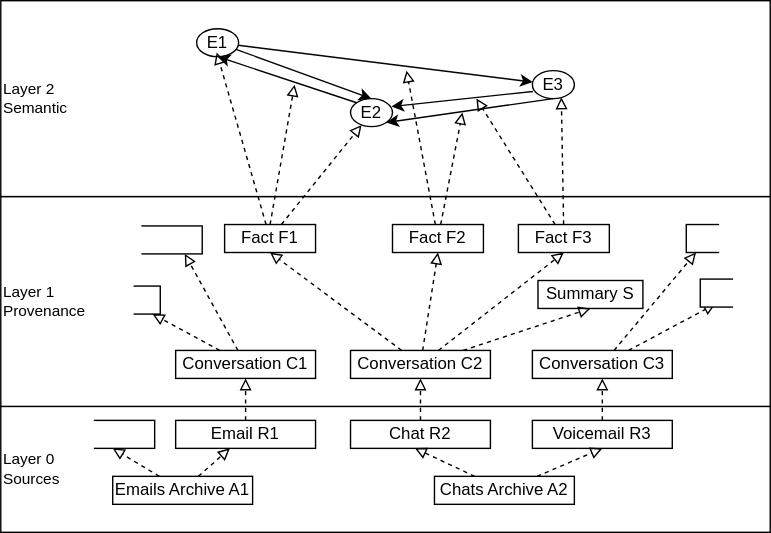
This is papers/01-rankedb/drawio/layers.svg from flocko-motion/atlas, a draw.io export, as it was before one commit. Source tidied: cells renumbered, new cells last; positions are measured from the earlier drawing's top-left corner, leaving out a move shared by most shapes.
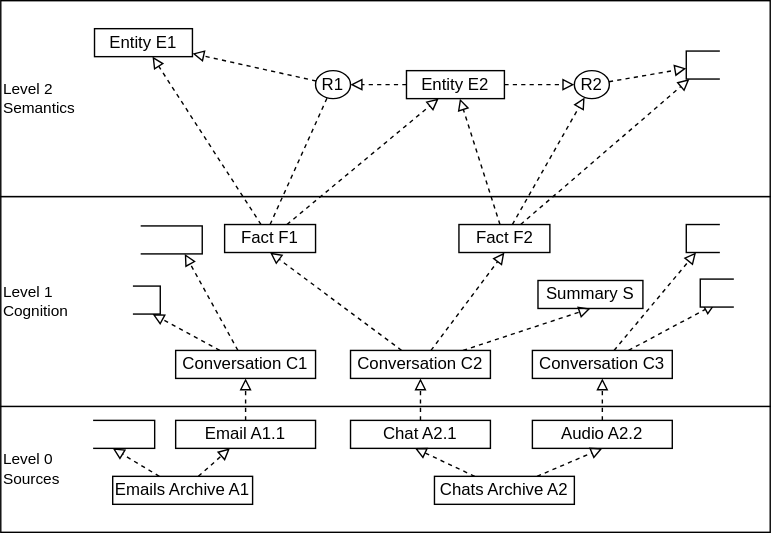
After the commit.

The edit, as a diff of the source:
```diff
@@ -2,77 +2,30 @@
   <root>
     <mxCell id="0" />
     <mxCell id="1" parent="0" />
-    <mxCell id="2" value="&lt;div&gt;Layer 0&lt;/div&gt;&lt;div&gt;Sources&lt;/div&gt;" style="rounded=0;whiteSpace=wrap;html=1;fontFamily=Helvetica;fontSize=11;labelBackgroundColor=default;align=left;" parent="1" vertex="1">
+    <mxCell id="2" value="&lt;div&gt;Level 0&lt;/div&gt;&lt;div&gt;Sources&lt;/div&gt;" style="rounded=0;whiteSpace=wrap;html=1;fontFamily=Helvetica;fontSize=11;labelBackgroundColor=default;align=left;" parent="1" vertex="1">
       <mxGeometry y="290" width="550" height="90" as="geometry" />
     </mxCell>
-    <mxCell id="3" value="&lt;div&gt;Layer 1&lt;/div&gt;&lt;div&gt;Provenance&lt;/div&gt;" style="rounded=0;whiteSpace=wrap;html=1;fontFamily=Helvetica;fontSize=11;labelBackgroundColor=default;align=left;" parent="1" vertex="1">
+    <mxCell id="3" value="&lt;div&gt;Level 1&lt;/div&gt;&lt;div&gt;Cognition&lt;/div&gt;" style="rounded=0;whiteSpace=wrap;html=1;fontFamily=Helvetica;fontSize=11;labelBackgroundColor=default;align=left;" parent="1" vertex="1">
       <mxGeometry y="140" width="550" height="150" as="geometry" />
     </mxCell>
-    <mxCell id="4" value="Layer 2&lt;div&gt;Semantic&amp;nbsp;&lt;/div&gt;" style="rounded=0;whiteSpace=wrap;html=1;fontFamily=Helvetica;fontSize=11;labelBackgroundColor=default;align=left;" parent="1" vertex="1">
+    <mxCell id="4" value="Level 2&lt;div&gt;Semantics&amp;nbsp;&lt;/div&gt;" style="rounded=0;whiteSpace=wrap;html=1;fontFamily=Helvetica;fontSize=11;labelBackgroundColor=default;align=left;" parent="1" vertex="1">
       <mxGeometry width="550" height="140" as="geometry" />
     </mxCell>
-    <mxCell id="5" value="E1" style="ellipse;whiteSpace=wrap;html=1;" parent="1" vertex="1">
-      <mxGeometry x="140" y="20" width="30" height="20" as="geometry" />
-    </mxCell>
-    <mxCell id="6" value="E2" style="ellipse;whiteSpace=wrap;html=1;" parent="1" vertex="1">
-      <mxGeometry x="250" y="70" width="30" height="20" as="geometry" />
-    </mxCell>
-    <mxCell id="7" value="E3" style="ellipse;whiteSpace=wrap;html=1;" parent="1" vertex="1">
-      <mxGeometry x="380" y="50" width="30" height="20" as="geometry" />
-    </mxCell>
-    <mxCell id="8" style="endArrow=classic;html=1;rounded=0;entryX=1;entryY=1;entryDx=0;entryDy=0;exitX=0.5;exitY=1;exitDx=0;exitDy=0;" parent="1" edge="1" source="7" target="6">
-      <mxGeometry relative="1" as="geometry" />
-    </mxCell>
-    <mxCell id="9" style="endArrow=none;html=1;rounded=0;startArrow=classic;startFill=1;endFill=0;" parent="1" edge="1" source="7" target="5">
-      <mxGeometry relative="1" as="geometry" />
-    </mxCell>
-    <mxCell id="10" style="endArrow=classic;html=1;rounded=0;exitX=0.013;exitY=0.744;exitDx=0;exitDy=0;entryX=0.976;entryY=0.284;entryDx=0;entryDy=0;entryPerimeter=0;exitPerimeter=0;" parent="1" edge="1" source="7" target="6">
-      <mxGeometry relative="1" as="geometry" />
-    </mxCell>
-    <mxCell id="11" style="endArrow=classic;html=1;rounded=0;entryX=0.5;entryY=0;entryDx=0;entryDy=0;" parent="1" edge="1" source="5" target="6">
-      <mxGeometry relative="1" as="geometry" />
-    </mxCell>
-    <mxCell id="12" style="endArrow=classic;html=1;rounded=0;entryX=0.5;entryY=1;entryDx=0;entryDy=0;exitX=0;exitY=0;exitDx=0;exitDy=0;" parent="1" edge="1" source="6" target="5">
+    <mxCell id="12" style="endArrow=block;html=1;rounded=0;startArrow=none;dashed=1;endFill=0;" parent="1" edge="1" source="64" target="65">
       <mxGeometry relative="1" as="geometry" />
     </mxCell>
-    <mxCell id="13" style="edgeStyle=none;shape=connector;rounded=0;jettySize=auto;html=1;dashed=1;strokeColor=default;align=center;verticalAlign=middle;fontFamily=Helvetica;fontSize=11;fontColor=default;labelBackgroundColor=default;endArrow=block;endFill=0;" parent="1" edge="1" source="14" target="6">
+    <mxCell id="13" style="edgeStyle=none;shape=connector;rounded=0;jettySize=auto;html=1;dashed=1;strokeColor=default;align=center;verticalAlign=middle;fontFamily=Helvetica;fontSize=11;fontColor=default;labelBackgroundColor=default;endArrow=block;endFill=0;" parent="1" edge="1" source="14" target="66">
       <mxGeometry relative="1" as="geometry" />
     </mxCell>
     <mxCell id="14" value="Fact F1" style="rounded=0;whiteSpace=wrap;html=1;" parent="1" vertex="1">
       <mxGeometry x="160" y="160" width="65" height="20" as="geometry" />
     </mxCell>
-    <mxCell id="15" style="edgeStyle=none;shape=connector;rounded=0;jettySize=auto;html=1;dashed=1;strokeColor=default;align=center;verticalAlign=middle;fontFamily=Helvetica;fontSize=11;fontColor=default;labelBackgroundColor=default;endArrow=block;endFill=0;" parent="1" edge="1" source="17">
-      <mxGeometry relative="1" as="geometry">
-        <mxPoint x="290" y="50" as="targetPoint" />
-      </mxGeometry>
-    </mxCell>
-    <mxCell id="16" style="edgeStyle=none;shape=connector;rounded=0;jettySize=auto;html=1;dashed=1;strokeColor=default;align=center;verticalAlign=middle;fontFamily=Helvetica;fontSize=11;fontColor=default;labelBackgroundColor=default;endArrow=block;endFill=0;" parent="1" edge="1" source="17">
-      <mxGeometry relative="1" as="geometry">
-        <mxPoint x="330" y="80" as="targetPoint" />
-      </mxGeometry>
-    </mxCell>
     <mxCell id="17" value="Fact F2" style="rounded=0;whiteSpace=wrap;html=1;" parent="1" vertex="1">
-      <mxGeometry x="280" y="160" width="65" height="20" as="geometry" />
+      <mxGeometry x="327.5" y="160" width="65" height="20" as="geometry" />
     </mxCell>
-    <mxCell id="18" style="edgeStyle=none;shape=connector;rounded=0;jettySize=auto;html=1;dashed=1;strokeColor=default;align=center;verticalAlign=middle;fontFamily=Helvetica;fontSize=11;fontColor=default;labelBackgroundColor=default;endArrow=block;endFill=0;" parent="1" edge="1" source="19">
-      <mxGeometry relative="1" as="geometry">
-        <mxPoint x="340" y="70" as="targetPoint" />
-      </mxGeometry>
-    </mxCell>
-    <mxCell id="19" value="Fact F3" style="rounded=0;whiteSpace=wrap;html=1;" parent="1" vertex="1">
-      <mxGeometry x="370" y="160" width="65" height="20" as="geometry" />
-    </mxCell>
-    <mxCell id="20" style="endArrow=block;dashed=1;html=1;rounded=0;exitX=0.5;exitY=0;exitDx=0;exitDy=0;endFill=0;" parent="1" edge="1" source="14">
-      <mxGeometry relative="1" as="geometry">
-        <mxPoint x="210" y="60" as="targetPoint" />
-      </mxGeometry>
-    </mxCell>
-    <mxCell id="21" style="edgeStyle=none;shape=connector;rounded=0;jettySize=auto;html=1;entryX=0.478;entryY=0.848;entryDx=0;entryDy=0;entryPerimeter=0;dashed=1;strokeColor=default;align=center;verticalAlign=middle;fontFamily=Helvetica;fontSize=11;fontColor=default;labelBackgroundColor=default;endArrow=block;endFill=0;" parent="1" edge="1" source="14" target="5">
+    <mxCell id="21" style="edgeStyle=none;shape=connector;rounded=0;jettySize=auto;html=1;dashed=1;strokeColor=default;align=center;verticalAlign=middle;fontFamily=Helvetica;fontSize=11;fontColor=default;labelBackgroundColor=default;endArrow=block;endFill=0;" parent="1" edge="1" source="14" target="65">
       <mxGeometry relative="1" as="geometry" />
     </mxCell>
-    <mxCell id="22" style="edgeStyle=none;shape=connector;rounded=0;jettySize=auto;html=1;entryX=0.69;entryY=0.951;entryDx=0;entryDy=0;entryPerimeter=0;dashed=1;strokeColor=default;align=center;verticalAlign=middle;fontFamily=Helvetica;fontSize=11;fontColor=default;labelBackgroundColor=default;endArrow=block;endFill=0;" parent="1" edge="1" source="19" target="7">
-      <mxGeometry relative="1" as="geometry" />
-    </mxCell>
     <mxCell id="23" value="Summary S" style="rounded=0;whiteSpace=wrap;html=1;" parent="1" vertex="1">
       <mxGeometry x="384" y="200" width="75" height="20" as="geometry" />
     </mxCell>
@@ -82,9 +35,6 @@
     <mxCell id="25" style="edgeStyle=none;shape=connector;rounded=0;jettySize=auto;html=1;entryX=0.5;entryY=1;entryDx=0;entryDy=0;dashed=1;strokeColor=default;align=center;verticalAlign=middle;fontFamily=Helvetica;fontSize=11;fontColor=default;labelBackgroundColor=default;endArrow=block;endFill=0;" parent="1" edge="1" source="28" target="17">
       <mxGeometry relative="1" as="geometry" />
     </mxCell>
-    <mxCell id="26" style="edgeStyle=none;shape=connector;rounded=0;jettySize=auto;html=1;entryX=0.5;entryY=1;entryDx=0;entryDy=0;dashed=1;strokeColor=default;align=center;verticalAlign=middle;fontFamily=Helvetica;fontSize=11;fontColor=default;labelBackgroundColor=default;endArrow=block;endFill=0;" parent="1" edge="1" source="28" target="19">
-      <mxGeometry relative="1" as="geometry" />
-    </mxCell>
     <mxCell id="27" style="edgeStyle=none;shape=connector;rounded=0;jettySize=auto;html=1;entryX=0.5;entryY=1;entryDx=0;entryDy=0;dashed=1;strokeColor=default;align=center;verticalAlign=middle;fontFamily=Helvetica;fontSize=11;fontColor=default;labelBackgroundColor=default;endArrow=block;endFill=0;" parent="1" edge="1" source="28" target="23">
       <mxGeometry relative="1" as="geometry" />
     </mxCell>
@@ -94,19 +44,19 @@
     <mxCell id="29" style="edgeStyle=none;shape=connector;rounded=0;jettySize=auto;html=1;entryX=0.5;entryY=1;entryDx=0;entryDy=0;dashed=1;strokeColor=default;align=center;verticalAlign=middle;fontFamily=Helvetica;fontSize=11;fontColor=default;labelBackgroundColor=default;endArrow=block;endFill=0;" parent="1" edge="1" source="30" target="46">
       <mxGeometry relative="1" as="geometry" />
     </mxCell>
-    <mxCell id="30" value="Email R1" style="rounded=0;whiteSpace=wrap;html=1;" parent="1" vertex="1">
+    <mxCell id="30" value="Email A1.1" style="rounded=0;whiteSpace=wrap;html=1;" parent="1" vertex="1">
       <mxGeometry x="125" y="300" width="100" height="20" as="geometry" />
     </mxCell>
     <mxCell id="31" style="edgeStyle=none;shape=connector;rounded=0;jettySize=auto;html=1;entryX=0.5;entryY=1;entryDx=0;entryDy=0;dashed=1;strokeColor=default;align=center;verticalAlign=middle;fontFamily=Helvetica;fontSize=11;fontColor=default;labelBackgroundColor=default;endArrow=block;endFill=0;" parent="1" edge="1" source="32" target="28">
       <mxGeometry relative="1" as="geometry" />
     </mxCell>
-    <mxCell id="32" value="Chat R2" style="rounded=0;whiteSpace=wrap;html=1;" parent="1" vertex="1">
+    <mxCell id="32" value="Chat A2.1" style="rounded=0;whiteSpace=wrap;html=1;" parent="1" vertex="1">
       <mxGeometry x="250" y="300" width="100" height="20" as="geometry" />
     </mxCell>
     <mxCell id="33" style="edgeStyle=none;shape=connector;rounded=0;jettySize=auto;html=1;dashed=1;strokeColor=default;align=center;verticalAlign=middle;fontFamily=Helvetica;fontSize=11;fontColor=default;labelBackgroundColor=default;endArrow=block;endFill=0;entryX=0.5;entryY=1;entryDx=0;entryDy=0;" parent="1" edge="1" source="34" target="43">
       <mxGeometry relative="1" as="geometry" />
     </mxCell>
-    <mxCell id="34" value="Voicemail R3" style="rounded=0;whiteSpace=wrap;html=1;" parent="1" vertex="1">
+    <mxCell id="34" value="Audio A2.2" style="rounded=0;whiteSpace=wrap;html=1;" parent="1" vertex="1">
       <mxGeometry x="380" y="300" width="100" height="20" as="geometry" />
     </mxCell>
     <mxCell id="35" style="edgeStyle=none;shape=connector;rounded=0;jettySize=auto;html=1;dashed=1;strokeColor=default;align=center;verticalAlign=middle;fontFamily=Helvetica;fontSize=11;fontColor=default;labelBackgroundColor=default;endArrow=block;endFill=0;" parent="1" edge="1" source="37" target="30">
@@ -147,13 +97,13 @@
     <mxCell id="46" value="Conversation C1" style="rounded=0;whiteSpace=wrap;html=1;" parent="1" vertex="1">
       <mxGeometry x="125" y="250" width="100" height="20" as="geometry" />
     </mxCell>
-    <mxCell id="47" style="group;" parent="1" vertex="1">
+    <mxCell id="47" style="group;strokeColor=none;" parent="1" vertex="1">
       <mxGeometry x="56" y="296" width="54" height="30" as="geometry" />
     </mxCell>
     <mxCell id="48" style="rounded=0;whiteSpace=wrap;html=1;" parent="47" vertex="1">
       <mxGeometry x="4" y="4" width="50" height="20" as="geometry" />
     </mxCell>
-    <mxCell id="49" style="rounded=0;whiteSpace=wrap;html=1;strokeColor=#FFFFFF;" parent="47" vertex="1">
+    <mxCell id="49" style="rounded=0;whiteSpace=wrap;html=1;strokeColor=none;" parent="47" vertex="1">
       <mxGeometry width="10" height="30" as="geometry" />
     </mxCell>
     <mxCell id="50" style="group;" parent="1" vertex="1">
@@ -162,7 +112,7 @@
     <mxCell id="51" style="rounded=0;whiteSpace=wrap;html=1;" parent="50" vertex="1">
       <mxGeometry x="4" y="4" width="50" height="20" as="geometry" />
     </mxCell>
-    <mxCell id="52" style="rounded=0;whiteSpace=wrap;html=1;strokeColor=#FFFFFF;" parent="50" vertex="1">
+    <mxCell id="52" style="rounded=0;whiteSpace=wrap;html=1;strokeColor=none;" parent="50" vertex="1">
       <mxGeometry width="10" height="30" as="geometry" />
     </mxCell>
     <mxCell id="53" style="group;" parent="1" vertex="1">
@@ -171,7 +121,7 @@
     <mxCell id="54" style="rounded=0;whiteSpace=wrap;html=1;" parent="53" vertex="1">
       <mxGeometry x="1.8" y="4" width="22.2" height="20" as="geometry" />
     </mxCell>
-    <mxCell id="55" style="rounded=0;whiteSpace=wrap;html=1;strokeColor=#FFFFFF;" parent="53" vertex="1">
+    <mxCell id="55" style="rounded=0;whiteSpace=wrap;html=1;strokeColor=none;" parent="53" vertex="1">
       <mxGeometry width="4.4" height="30" as="geometry" />
     </mxCell>
     <mxCell id="56" style="group;rotation=-180;" parent="1" vertex="1">
@@ -180,7 +130,7 @@
     <mxCell id="57" style="rounded=0;whiteSpace=wrap;html=1;rotation=-180;" parent="56" vertex="1">
       <mxGeometry y="6" width="27.8" height="20" as="geometry" />
     </mxCell>
-    <mxCell id="58" style="rounded=0;whiteSpace=wrap;html=1;strokeColor=#FFFFFF;rotation=-180;" parent="56" vertex="1">
+    <mxCell id="58" style="rounded=0;whiteSpace=wrap;html=1;strokeColor=none;rotation=-180;" parent="56" vertex="1">
       <mxGeometry x="24" width="5.6" height="30" as="geometry" />
     </mxCell>
     <mxCell id="59" style="group;rotation=-180;" parent="1" vertex="1">
@@ -189,8 +139,50 @@
     <mxCell id="60" style="rounded=0;whiteSpace=wrap;html=1;rotation=-180;" parent="59" vertex="1">
       <mxGeometry y="6" width="27.8" height="20" as="geometry" />
     </mxCell>
-    <mxCell id="61" style="rounded=0;whiteSpace=wrap;html=1;strokeColor=#FFFFFF;rotation=-180;" parent="59" vertex="1">
+    <mxCell id="61" style="rounded=0;whiteSpace=wrap;html=1;strokeColor=none;rotation=-180;" parent="59" vertex="1">
       <mxGeometry x="24" width="5.6" height="30" as="geometry" />
     </mxCell>
+    <mxCell id="62" style="endArrow=block;html=1;rounded=0;startArrow=none;startFill=0;endFill=0;dashed=1;" parent="1" edge="1" source="66" target="64">
+      <mxGeometry relative="1" as="geometry" />
+    </mxCell>
+    <mxCell id="63" style="endArrow=none;dashed=1;html=1;rounded=0;exitX=0.5;exitY=0;exitDx=0;exitDy=0;endFill=0;" parent="1" edge="1" source="14" target="64">
+      <mxGeometry relative="1" as="geometry" />
+    </mxCell>
+    <mxCell id="64" value="R1" style="ellipse;whiteSpace=wrap;html=1;" parent="1" vertex="1">
+      <mxGeometry x="225" y="50" width="25" height="20" as="geometry" />
+    </mxCell>
+    <mxCell id="65" value="Entity E1" style="rounded=0;whiteSpace=wrap;html=1;" parent="1" vertex="1">
+      <mxGeometry x="67" y="20" width="70" height="20" as="geometry" />
+    </mxCell>
+    <mxCell id="66" value="Entity E2" style="rounded=0;whiteSpace=wrap;html=1;" parent="1" vertex="1">
+      <mxGeometry x="290" y="50" width="70" height="20" as="geometry" />
+    </mxCell>
+    <mxCell id="67" style="edgeStyle=none;shape=connector;rounded=0;jettySize=auto;html=1;dashed=1;strokeColor=default;align=center;verticalAlign=middle;fontFamily=Helvetica;fontSize=11;fontColor=default;labelBackgroundColor=default;endArrow=block;endFill=0;" parent="1" edge="1" source="17" target="66">
+      <mxGeometry relative="1" as="geometry" />
+    </mxCell>
+    <mxCell id="68" style="edgeStyle=none;shape=connector;rounded=0;jettySize=auto;html=1;dashed=1;strokeColor=default;align=center;verticalAlign=middle;fontFamily=Helvetica;fontSize=11;fontColor=default;labelBackgroundColor=default;endArrow=block;endFill=0;" parent="1" edge="1" source="17" target="70">
+      <mxGeometry relative="1" as="geometry" />
+    </mxCell>
+    <mxCell id="69" style="group;rotation=-180;" parent="1" vertex="1">
+      <mxGeometry x="490" y="30" width="30" height="30" as="geometry" />
+    </mxCell>
+    <mxCell id="70" style="rounded=0;whiteSpace=wrap;html=1;rotation=-180;" parent="69" vertex="1">
+      <mxGeometry y="6" width="27.8" height="20" as="geometry" />
+    </mxCell>
+    <mxCell id="71" style="rounded=0;whiteSpace=wrap;html=1;strokeColor=none;rotation=-180;" parent="69" vertex="1">
+      <mxGeometry x="24" width="5.6" height="30" as="geometry" />
+    </mxCell>
+    <mxCell id="72" value="R2" style="ellipse;whiteSpace=wrap;html=1;" parent="1" vertex="1">
+      <mxGeometry x="410" y="50" width="25" height="20" as="geometry" />
+    </mxCell>
+    <mxCell id="73" style="endArrow=block;html=1;rounded=0;startArrow=none;startFill=0;endFill=0;dashed=1;" parent="1" edge="1" source="66" target="72">
+      <mxGeometry relative="1" as="geometry" />
+    </mxCell>
+    <mxCell id="74" style="endArrow=block;html=1;rounded=0;startArrow=none;startFill=0;endFill=0;dashed=1;" parent="1" edge="1" source="72" target="70">
+      <mxGeometry relative="1" as="geometry" />
+    </mxCell>
+    <mxCell id="75" style="edgeStyle=none;shape=connector;rounded=0;jettySize=auto;html=1;dashed=1;strokeColor=default;align=center;verticalAlign=middle;fontFamily=Helvetica;fontSize=11;fontColor=default;labelBackgroundColor=default;endArrow=block;endFill=0;" parent="1" edge="1" source="17" target="72">
+      <mxGeometry relative="1" as="geometry" />
+    </mxCell>
   </root>
 </mxGraphModel>
```
